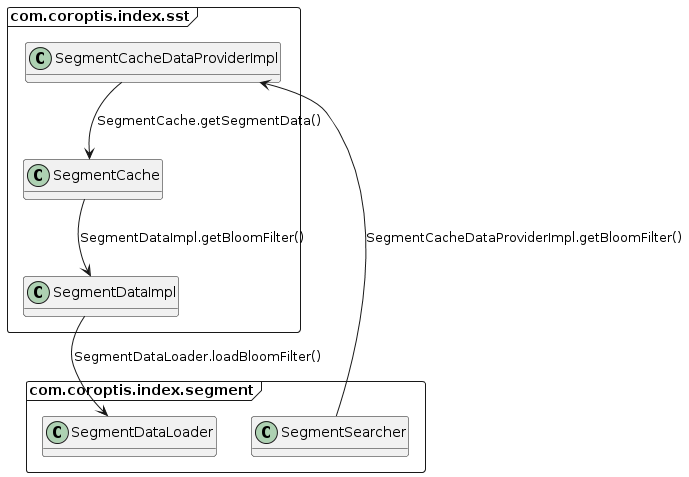
Above: docs/images/segment-cache-class2.png in jajir/HestiaStore (PlantUML), before the change.
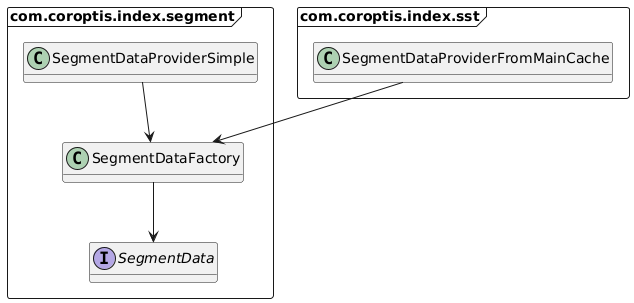
After the change.

Commit message:
documentation and test was adde to segment data #38

Change to the diagram source:
```diff
@@ -3,18 +3,16 @@
 set separator none
 
 package "com.coroptis.index.segment" <<Frame>> {
-  class SegmentSearcher
-  class SegmentDataLoader
+  interface SegmentData
+  class SegmentDataFactory
+  class SegmentDataProviderSimple
+}
+SegmentDataFactory --> SegmentData
+SegmentDataProviderSimple --> SegmentDataFactory
+
+package "com.coroptis.index.sst" <<Frame>> {
+  class SegmentDataProviderFromMainCache
 }
 
-package "com.coroptis.index.sst" <<Frame>> {
-  class SegmentCacheDataProviderImpl
-  class SegmentDataImpl
-  class SegmentCache
-}
-
-SegmentSearcher --> SegmentCacheDataProviderImpl: SegmentCacheDataProviderImpl.getBloomFilter()
-SegmentCacheDataProviderImpl --> SegmentCache: SegmentCache.getSegmentData()
-SegmentCache --> SegmentDataImpl: SegmentDataImpl.getBloomFilter()
-SegmentDataImpl --> SegmentDataLoader: SegmentDataLoader.loadBloomFilter()
+SegmentDataProviderFromMainCache --> SegmentDataFactory
 @enduml
```
